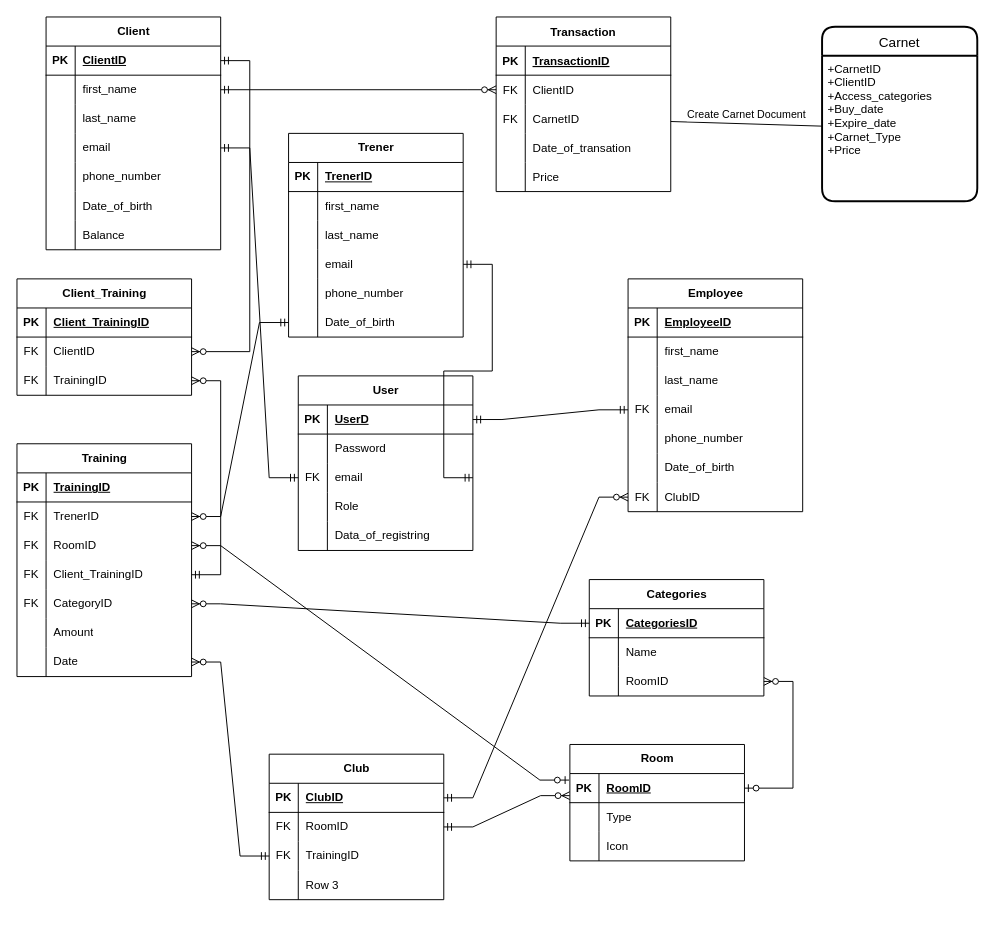
Before: page "Strona-1" (1 of 2) of fitness_scheldue.drawio in modul-sum-3/sum-back, a draw.io diagram. Source tidied: cells renumbered, new cells numbered last; positions are measured from the earlier drawing's top-left corner, leaving out a move shared by most shapes. Both pictures are drawn from the tidied source at 97%, with x=0, y=0 at pixel (16, 16).
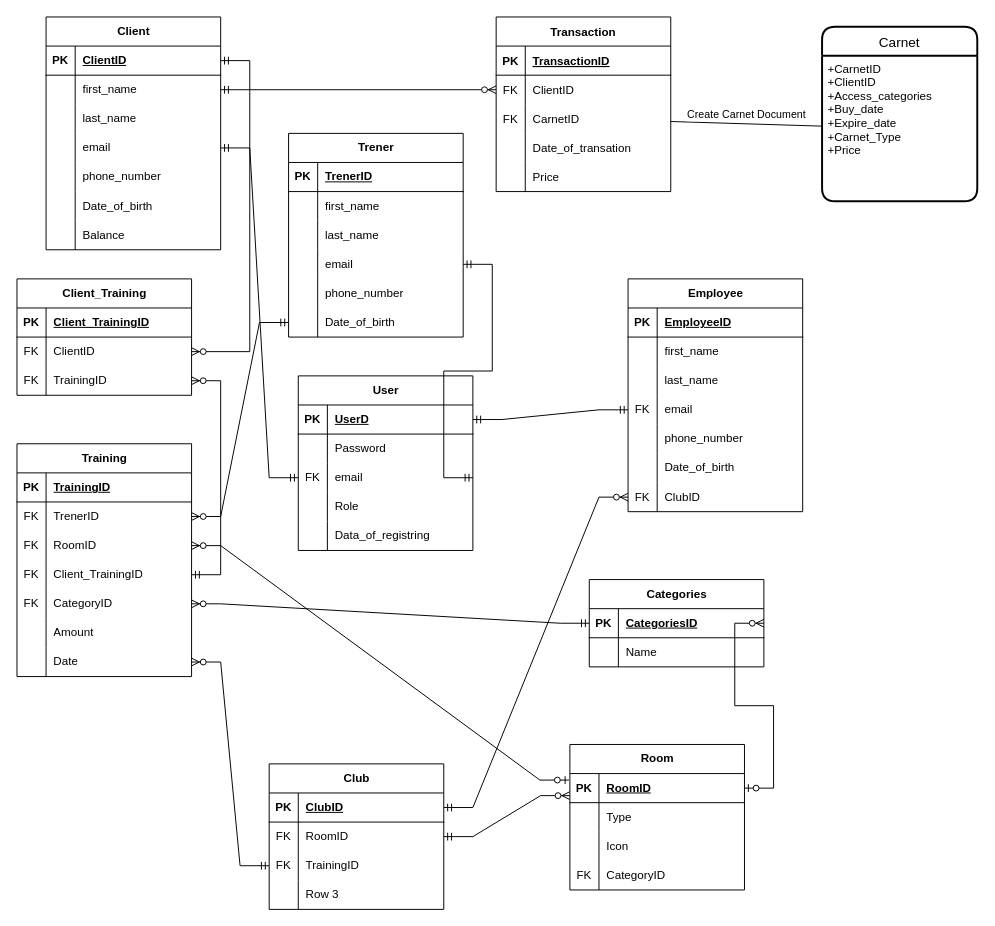
The same diagram, later.

The change refers to these unchanged cells:
```xml
<mxCell id="107" style="shape=tableRow;horizontal=0;startSize=0;swimlaneHead=0;swimlaneBody=0;fillColor=none;points=[[0,0.5],[1,0.5]];portConstraint=eastwest;top=0;left=0;right=0;bottom=1;" parent="106" vertex="1">
  <mxGeometry y="30" width="180" height="30" as="geometry" />
</mxCell>
<mxCell id="118" style="shape=tableRow;horizontal=0;startSize=0;swimlaneHead=0;swimlaneBody=0;fillColor=none;points=[[0,0.5],[1,0.5]];portConstraint=eastwest;top=0;left=0;right=0;bottom=1;" parent="117" vertex="1">
  <mxGeometry y="30" width="180" height="30" as="geometry" />
</mxCell>
```

Diff of the diagram source:
```diff
@@
     <mxCell id="106" value="Categories" style="shape=table;startSize=30;childLayout=tableLayout;rowLines=0;fontStyle=1;align=center;html=1;" parent="1" vertex="1">
-      <mxGeometry x="590" y="580" width="180" height="120" as="geometry" />
+      <mxGeometry x="590" y="580" width="180" height="90" as="geometry" />
     </mxCell>
@@
-    <mxCell id="113" style="shape=tableRow;horizontal=0;startSize=0;swimlaneHead=0;swimlaneBody=0;fillColor=none;points=[[0,0.5],[1,0.5]];portConstraint=eastwest;top=0;left=0;right=0;bottom=0;" parent="106" vertex="1">
-      <mxGeometry y="90" width="180" height="30" as="geometry" />
-    </mxCell>
-    <mxCell id="114" style="shape=partialRectangle;fillColor=none;top=0;left=0;bottom=0;right=0;overflow=hidden;whiteSpace=wrap;html=1;" parent="113" vertex="1">
-      <mxGeometry width="30" height="30" as="geometry" />
-    </mxCell>
-    <mxCell id="115" value="RoomID" style="shape=partialRectangle;fillColor=none;top=0;left=0;bottom=0;right=0;align=left;spacingLeft=6;overflow=hidden;whiteSpace=wrap;html=1;" parent="113" vertex="1">
-      <mxGeometry x="30" width="150" height="30" as="geometry" />
-    </mxCell>
@@
     <mxCell id="117" value="Room" style="shape=table;startSize=30;childLayout=tableLayout;rowLines=0;fontStyle=1;align=center;html=1;" parent="1" vertex="1">
-      <mxGeometry x="570" y="750" width="180" height="120" as="geometry" />
+      <mxGeometry x="570" y="750" width="180" height="150" as="geometry" />
     </mxCell>
@@
+    <mxCell id="178" style="shape=tableRow;horizontal=0;startSize=0;swimlaneHead=0;swimlaneBody=0;fillColor=none;top=0;left=0;right=0;bottom=0;" parent="117" vertex="1">
+      <mxGeometry y="120" width="180" height="30" as="geometry" />
+    </mxCell>
+    <mxCell id="179" style="shape=partialRectangle;fillColor=none;top=0;left=0;bottom=0;right=0;overflow=hidden;whiteSpace=wrap;html=1;" parent="178" vertex="1">
+      <mxGeometry width="30" height="30" as="geometry" />
+    </mxCell>
+    <mxCell id="180" value="CategoryID" style="shape=partialRectangle;fillColor=none;top=0;left=0;bottom=0;right=0;align=left;spacingLeft=6;overflow=hidden;whiteSpace=wrap;html=1;" parent="178" vertex="1">
+      <mxGeometry x="30" width="150" height="30" as="geometry" />
+    </mxCell>
@@
     <mxCell id="128" value="Club" style="shape=table;startSize=30;childLayout=tableLayout;rowLines=0;fontStyle=1;align=center;html=1;" parent="1" vertex="1">
-      <mxGeometry x="260" y="760" width="180" height="150" as="geometry" />
+      <mxGeometry x="260" y="770" width="180" height="150" as="geometry" />
     </mxCell>
@@
-    <mxCell id="144" style="edgeStyle=entityRelationEdgeStyle;fontSize=12;html=1;endArrow=ERzeroToMany;startArrow=ERzeroToOne;rounded=0;" parent="1" edge="1" source="118" target="113">
+    <mxCell id="144" style="edgeStyle=entityRelationEdgeStyle;fontSize=12;html=1;endArrow=ERzeroToMany;startArrow=ERzeroToOne;rounded=0;entryX=1;entryY=0.5;entryDx=0;entryDy=0;" parent="1" edge="1" source="118" target="107">
       <mxGeometry relative="1" as="geometry" />
     </mxCell>
@@
+    <mxCell id="181" style="shape=partialRectangle;fillColor=none;top=0;left=0;bottom=0;right=0;overflow=hidden;whiteSpace=wrap;html=1;" parent="1" vertex="1">
+      <mxGeometry x="569" y="870" width="30" height="30" as="geometry" />
+    </mxCell>
+    <mxCell id="182" style="shape=tableRow;horizontal=0;startSize=0;swimlaneHead=0;swimlaneBody=0;fillColor=none;top=0;left=0;right=0;bottom=0;" parent="1" vertex="1">
+      <mxGeometry x="570" y="870" width="180" height="30" as="geometry" />
+    </mxCell>
+    <mxCell id="183" style="shape=partialRectangle;fillColor=none;top=0;left=0;bottom=0;right=0;overflow=hidden;whiteSpace=wrap;html=1;" parent="182" vertex="1">
+      <mxGeometry width="30" height="30" as="geometry" />
+    </mxCell>
+    <mxCell id="184" style="shape=tableRow;horizontal=0;startSize=0;swimlaneHead=0;swimlaneBody=0;fillColor=none;top=0;left=0;right=0;bottom=0;" parent="1" vertex="1">
+      <mxGeometry x="570" y="870" width="180" height="40" as="geometry" />
+    </mxCell>
+    <mxCell id="185" value="FK" style="shape=partialRectangle;fillColor=none;top=0;left=0;bottom=0;right=0;overflow=hidden;whiteSpace=wrap;html=1;" parent="184" vertex="1">
+      <mxGeometry width="30" height="30" as="geometry" />
+    </mxCell>
```
